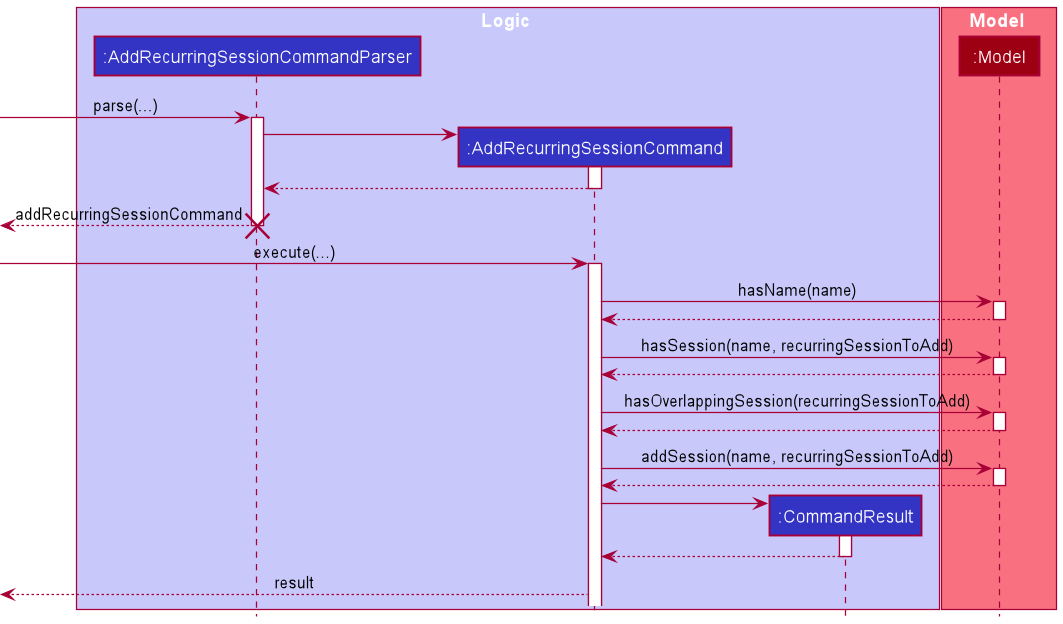
Earlier version of the PlantUML export docs/images/shion/AddRecurringSessionSequenceDiagram.png (nus-cs2103-AY2021S2/tp). Its diagram source:
```plantuml
@startuml
!include ../style.puml
box Logic LOGIC_COLOR_T1
participant ":AddRecurringSessionCommandParser" as AddRecurringSessionCommandParser LOGIC_COLOR
participant ":AddRecurringSessionCommand" as AddRecurringSessionCommand LOGIC_COLOR
participant ":CommandResult" as CommandResult LOGIC_COLOR
end box

box Model MODEL_COLOR_T1
participant ":Model" as Model MODEL_COLOR
end box

[-> AddRecurringSessionCommandParser: parse(...)
create AddRecurringSessionCommandParser
activate AddRecurringSessionCommandParser

create AddRecurringSessionCommand
AddRecurringSessionCommandParser -> AddRecurringSessionCommand
activate AddRecurringSessionCommand

AddRecurringSessionCommand --> AddRecurringSessionCommandParser
deactivate AddRecurringSessionCommand
[<-- AddRecurringSessionCommandParser: addRecurringSessionCommand
destroy AddRecurringSessionCommandParser

[-> AddRecurringSessionCommand: execute(...)
activate AddRecurringSessionCommand

AddRecurringSessionCommand -> Model : hasName(name)
activate Model
Model --> AddRecurringSessionCommand
deactivate Model

AddRecurringSessionCommand -> Model : hasSession(name, recurringSessionToAdd)
activate Model
Model --> AddRecurringSessionCommand
deactivate Model

AddRecurringSessionCommand -> Model : hasOverlappingSession(recurringSessionToAdd)
activate Model
Model --> AddRecurringSessionCommand
deactivate Model

AddRecurringSessionCommand -> Model: addSession(name, recurringSessionToAdd)
activate Model
Model --> AddRecurringSessionCommand
deactivate Model



create CommandResult
AddRecurringSessionCommand -> CommandResult
activate CommandResult

CommandResult --> AddRecurringSessionCommand
deactivate CommandResult

[<-- AddRecurringSessionCommand : result

@enduml
```
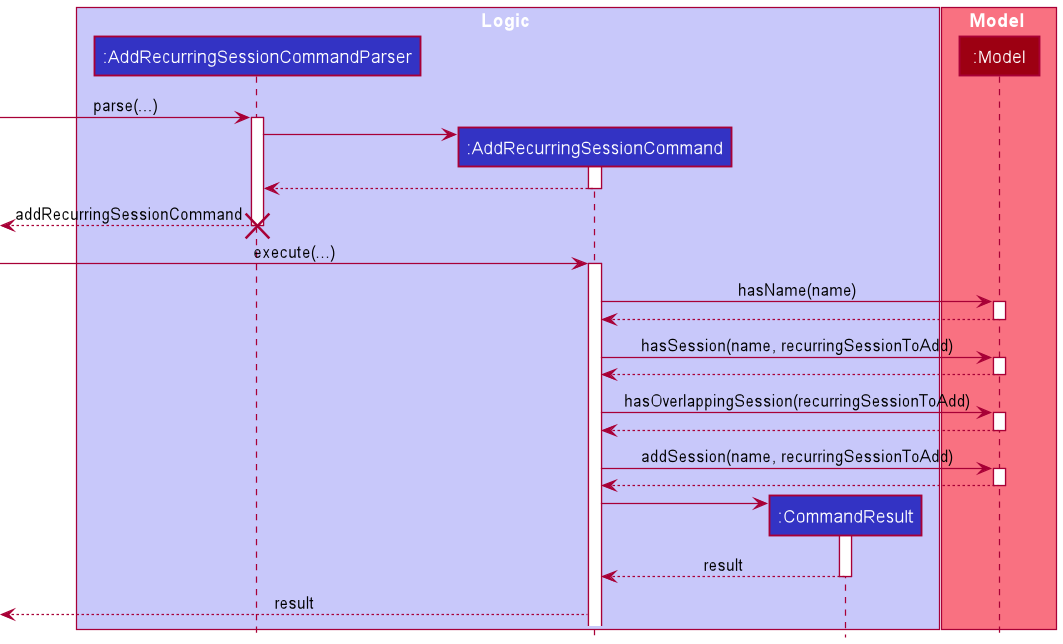
After the commit.

Commit message:
Fixes as jonah comment + result

Diff of the diagram source:
```diff
@@ -52,7 +52,7 @@
 AddRecurringSessionCommand -> CommandResult
 activate CommandResult
 
-CommandResult --> AddRecurringSessionCommand
+CommandResult --> AddRecurringSessionCommand : result
 deactivate CommandResult
 
 [<-- AddRecurringSessionCommand : result
```
